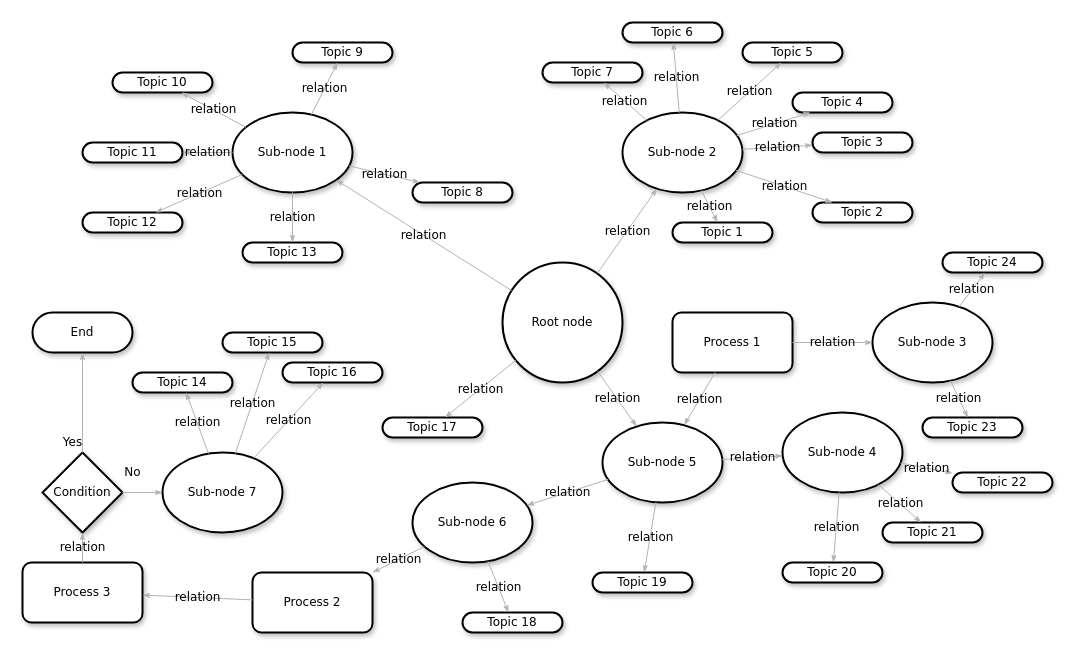
Edward-Bedoya/Equipo-4_GGM_PPI200 keeps this draw.io diagram as frontend/Untitled Diagram.drawio. Above is the earlier version. Source tidied: cells renumbered, new cells numbered last; positions are measured from the earlier drawing's top-left corner, leaving out a move shared by most shapes. Both pictures are drawn from the tidied source at 100%, with x=0, y=0 at pixel (22, 22).
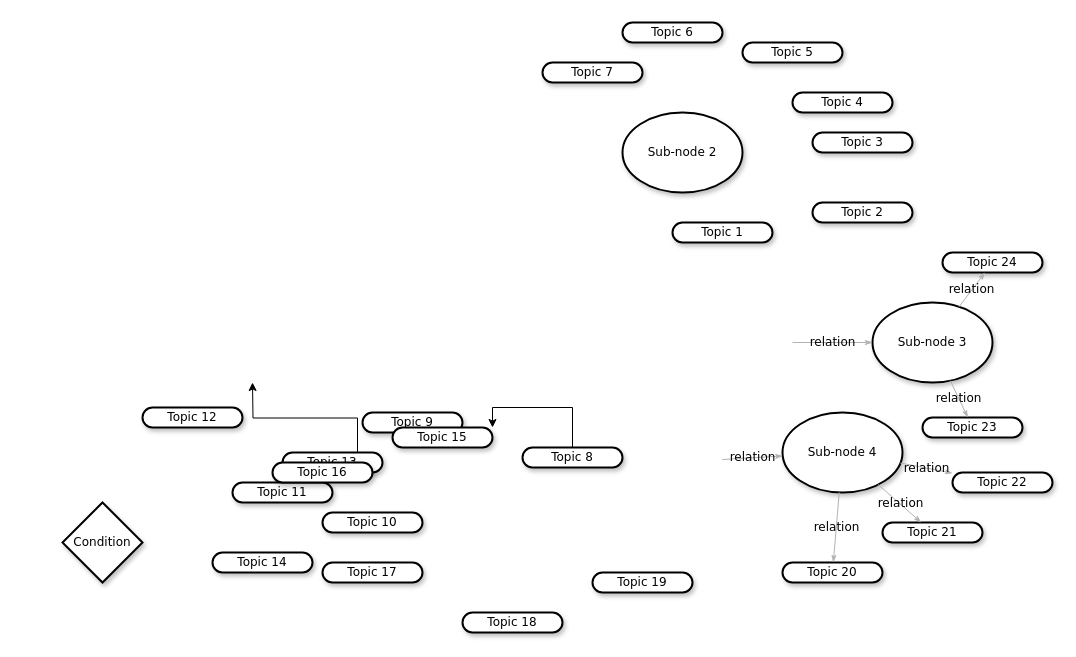
After the change.

The change refers to these unchanged cells:
```xml
<mxCell id="4" value="&lt;span&gt;Sub-node 2&lt;/span&gt;" style="ellipse;whiteSpace=wrap;html=1;rounded=1;shadow=1;comic=0;labelBackgroundColor=none;strokeWidth=2;fontFamily=Verdana;fontSize=12;align=center;" parent="1" vertex="1">
  <mxGeometry x="600" y="90" width="120" height="80" as="geometry" />
</mxCell>
<mxCell id="7" value="&lt;span&gt;Sub-node 4&lt;/span&gt;" style="ellipse;whiteSpace=wrap;html=1;rounded=1;shadow=1;comic=0;labelBackgroundColor=none;strokeWidth=2;fontFamily=Verdana;fontSize=12;align=center;" parent="1" vertex="1">
  <mxGeometry x="760" y="390" width="120" height="80" as="geometry" />
</mxCell>
<mxCell id="12" value="&lt;span&gt;Topic 7&lt;/span&gt;" style="whiteSpace=wrap;html=1;rounded=1;shadow=1;comic=0;labelBackgroundColor=none;strokeWidth=2;fontFamily=Verdana;fontSize=12;align=center;arcSize=50;" parent="1" vertex="1">
  <mxGeometry x="520" y="40" width="100" height="20" as="geometry" />
</mxCell>
<mxCell id="15" value="&lt;span&gt;Topic 6&lt;/span&gt;" style="whiteSpace=wrap;html=1;rounded=1;shadow=1;comic=0;labelBackgroundColor=none;strokeWidth=2;fontFamily=Verdana;fontSize=12;align=center;arcSize=50;" parent="1" vertex="1">
  <mxGeometry x="600" width="100" height="20" as="geometry" />
</mxCell>
<mxCell id="16" value="&lt;span&gt;Topic 5&lt;/span&gt;" style="whiteSpace=wrap;html=1;rounded=1;shadow=1;comic=0;labelBackgroundColor=none;strokeWidth=2;fontFamily=Verdana;fontSize=12;align=center;arcSize=50;" parent="1" vertex="1">
  <mxGeometry x="720" y="20" width="100" height="20" as="geometry" />
</mxCell>
<mxCell id="17" value="&lt;span&gt;Topic 4&lt;/span&gt;" style="whiteSpace=wrap;html=1;rounded=1;shadow=1;comic=0;labelBackgroundColor=none;strokeWidth=2;fontFamily=Verdana;fontSize=12;align=center;arcSize=50;" parent="1" vertex="1">
  <mxGeometry x="770" y="70" width="100" height="20" as="geometry" />
</mxCell>
<mxCell id="18" value="&lt;span&gt;Topic 3&lt;/span&gt;" style="whiteSpace=wrap;html=1;rounded=1;shadow=1;comic=0;labelBackgroundColor=none;strokeWidth=2;fontFamily=Verdana;fontSize=12;align=center;arcSize=50;" parent="1" vertex="1">
  <mxGeometry x="790" y="110" width="100" height="20" as="geometry" />
</mxCell>
<mxCell id="19" value="&lt;span&gt;Topic 2&lt;/span&gt;" style="whiteSpace=wrap;html=1;rounded=1;shadow=1;comic=0;labelBackgroundColor=none;strokeWidth=2;fontFamily=Verdana;fontSize=12;align=center;arcSize=50;" parent="1" vertex="1">
  <mxGeometry x="790" y="180" width="100" height="20" as="geometry" />
</mxCell>
<mxCell id="20" value="Topic 1" style="whiteSpace=wrap;html=1;rounded=1;shadow=1;comic=0;labelBackgroundColor=none;strokeWidth=2;fontFamily=Verdana;fontSize=12;align=center;arcSize=50;" parent="1" vertex="1">
  <mxGeometry x="650" y="200" width="100" height="20" as="geometry" />
</mxCell>
<mxCell id="50" value="&lt;span&gt;Sub-node 3&lt;/span&gt;" style="ellipse;whiteSpace=wrap;html=1;rounded=1;shadow=1;comic=0;labelBackgroundColor=none;strokeWidth=2;fontFamily=Verdana;fontSize=12;align=center;" parent="1" vertex="1">
  <mxGeometry x="850" y="280" width="120" height="80" as="geometry" />
</mxCell>
<mxCell id="55" value="&lt;span&gt;Topic 19&lt;/span&gt;" style="whiteSpace=wrap;html=1;rounded=1;shadow=1;comic=0;labelBackgroundColor=none;strokeWidth=2;fontFamily=Verdana;fontSize=12;align=center;arcSize=50;" parent="1" vertex="1">
  <mxGeometry x="570" y="550" width="100" height="20" as="geometry" />
</mxCell>
<mxCell id="56" value="&lt;span&gt;Topic 18&lt;/span&gt;" style="whiteSpace=wrap;html=1;rounded=1;shadow=1;comic=0;labelBackgroundColor=none;strokeWidth=2;fontFamily=Verdana;fontSize=12;align=center;arcSize=50;" parent="1" vertex="1">
  <mxGeometry x="440" y="590" width="100" height="20" as="geometry" />
</mxCell>
```

Change to the diagram source:
```diff
@@
     <mxCell id="2" value="&lt;span&gt;Topic 10&lt;/span&gt;" style="whiteSpace=wrap;html=1;rounded=1;shadow=1;comic=0;labelBackgroundColor=none;strokeWidth=2;fontFamily=Verdana;fontSize=12;align=center;arcSize=50;" parent="1" vertex="1">
-      <mxGeometry x="90" y="50" width="100" height="20" as="geometry" />
+      <mxGeometry x="300" y="490" width="100" height="20" as="geometry" />
     </mxCell>
-    <mxCell id="3" value="Sub-node 1" style="ellipse;whiteSpace=wrap;html=1;rounded=1;shadow=1;comic=0;labelBackgroundColor=none;strokeWidth=2;fontFamily=Verdana;fontSize=12;align=center;" parent="1" vertex="1">
-      <mxGeometry x="210" y="90" width="120" height="80" as="geometry" />
-    </mxCell>
@@
-    <mxCell id="5" value="Root node" style="ellipse;whiteSpace=wrap;html=1;rounded=1;shadow=1;comic=0;labelBackgroundColor=none;strokeWidth=2;fontFamily=Verdana;fontSize=12;align=center;" parent="1" vertex="1">
-      <mxGeometry x="480" y="240" width="120" height="120" as="geometry" />
-    </mxCell>
-    <mxCell id="6" value="&lt;span&gt;Sub-node 5&lt;/span&gt;" style="ellipse;whiteSpace=wrap;html=1;rounded=1;shadow=1;comic=0;labelBackgroundColor=none;strokeWidth=2;fontFamily=Verdana;fontSize=12;align=center;" parent="1" vertex="1">
-      <mxGeometry x="580" y="400" width="120" height="80" as="geometry" />
-    </mxCell>
@@
-    <mxCell id="8" value="&lt;span&gt;Sub-node 6&lt;/span&gt;" style="ellipse;whiteSpace=wrap;html=1;rounded=1;shadow=1;comic=0;labelBackgroundColor=none;strokeWidth=2;fontFamily=Verdana;fontSize=12;align=center;" parent="1" vertex="1">
-      <mxGeometry x="390" y="460" width="120" height="80" as="geometry" />
-    </mxCell>
     <mxCell id="9" value="&lt;span&gt;Topic 11&lt;/span&gt;" style="whiteSpace=wrap;html=1;rounded=1;shadow=1;comic=0;labelBackgroundColor=none;strokeWidth=2;fontFamily=Verdana;fontSize=12;align=center;arcSize=50;" parent="1" vertex="1">
-      <mxGeometry x="60" y="120" width="100" height="20" as="geometry" />
+      <mxGeometry x="210" y="460" width="100" height="20" as="geometry" />
     </mxCell>
     <mxCell id="10" value="&lt;span&gt;Topic 12&lt;/span&gt;" style="whiteSpace=wrap;html=1;rounded=1;shadow=1;comic=0;labelBackgroundColor=none;strokeWidth=2;fontFamily=Verdana;fontSize=12;align=center;arcSize=50;" parent="1" vertex="1">
-      <mxGeometry x="60" y="190" width="100" height="20" as="geometry" />
+      <mxGeometry x="120" y="385" width="100" height="20" as="geometry" />
     </mxCell>
     <mxCell id="11" value="&lt;span&gt;Topic 9&lt;/span&gt;" style="whiteSpace=wrap;html=1;rounded=1;shadow=1;comic=0;labelBackgroundColor=none;strokeWidth=2;fontFamily=Verdana;fontSize=12;align=center;arcSize=50;" parent="1" vertex="1">
-      <mxGeometry x="270" y="20" width="100" height="20" as="geometry" />
+      <mxGeometry x="340" y="390" width="100" height="20" as="geometry" />
     </mxCell>
@@
-    <mxCell id="22" value="End" style="whiteSpace=wrap;html=1;rounded=1;shadow=1;comic=0;labelBackgroundColor=none;strokeWidth=2;fontFamily=Verdana;fontSize=12;align=center;arcSize=50;" parent="1" vertex="1">
-      <mxGeometry x="10" y="290" width="100" height="40" as="geometry" />
-    </mxCell>
     <mxCell id="23" value="Condition" style="rhombus;whiteSpace=wrap;html=1;rounded=0;shadow=1;comic=0;labelBackgroundColor=none;strokeWidth=2;fontFamily=Verdana;fontSize=12;align=center;" parent="1" vertex="1">
-      <mxGeometry x="20" y="430" width="80" height="80" as="geometry" />
+      <mxGeometry x="40" y="480" width="80" height="80" as="geometry" />
     </mxCell>
-    <mxCell id="24" value="&lt;span&gt;Process 3&lt;/span&gt;" style="rounded=1;whiteSpace=wrap;html=1;shadow=1;comic=0;labelBackgroundColor=none;strokeWidth=2;fontFamily=Verdana;fontSize=12;align=center;" parent="1" vertex="1">
-      <mxGeometry y="540" width="120" height="60" as="geometry" />
-    </mxCell>
-    <mxCell id="25" value="Process 2" style="rounded=1;whiteSpace=wrap;html=1;shadow=1;comic=0;labelBackgroundColor=none;strokeWidth=2;fontFamily=Verdana;fontSize=12;align=center;" parent="1" vertex="1">
-      <mxGeometry x="230" y="550" width="120" height="60" as="geometry" />
-    </mxCell>
-    <mxCell id="26" value="relation" style="edgeStyle=none;rounded=1;html=1;labelBackgroundColor=none;startArrow=none;startFill=0;startSize=5;endArrow=classicThin;endFill=1;endSize=5;jettySize=auto;strokeColor=#B3B3B3;strokeWidth=1;fontFamily=Verdana;fontSize=12;" parent="1" edge="1" source="3" target="11">
-      <mxGeometry relative="1" as="geometry" />
-    </mxCell>
-    <mxCell id="27" value="relation" style="edgeStyle=none;rounded=1;html=1;labelBackgroundColor=none;startArrow=none;startFill=0;startSize=5;endArrow=classicThin;endFill=1;endSize=5;jettySize=auto;strokeColor=#B3B3B3;strokeWidth=1;fontFamily=Verdana;fontSize=12;" parent="1" edge="1" source="3" target="2">
-      <mxGeometry relative="1" as="geometry" />
-    </mxCell>
-    <mxCell id="28" value="relation" style="edgeStyle=none;rounded=1;html=1;labelBackgroundColor=none;startArrow=none;startFill=0;startSize=5;endArrow=classicThin;endFill=1;endSize=5;jettySize=auto;strokeColor=#B3B3B3;strokeWidth=1;fontFamily=Verdana;fontSize=12;" parent="1" edge="1" source="3" target="9">
-      <mxGeometry relative="1" as="geometry" />
-    </mxCell>
-    <mxCell id="29" value="relation" style="edgeStyle=none;rounded=1;html=1;labelBackgroundColor=none;startArrow=none;startFill=0;startSize=5;endArrow=classicThin;endFill=1;endSize=5;jettySize=auto;strokeColor=#B3B3B3;strokeWidth=1;fontFamily=Verdana;fontSize=12;" parent="1" edge="1" source="3" target="10">
-      <mxGeometry relative="1" as="geometry" />
-    </mxCell>
-    <mxCell id="30" value="relation" style="edgeStyle=none;rounded=1;html=1;labelBackgroundColor=none;startArrow=none;startFill=0;startSize=5;endArrow=classicThin;endFill=1;endSize=5;jettySize=auto;strokeColor=#B3B3B3;strokeWidth=1;fontFamily=Verdana;fontSize=12;" parent="1" edge="1" source="5" target="3">
-      <mxGeometry relative="1" as="geometry" />
-    </mxCell>
-    <mxCell id="31" value="relation" style="edgeStyle=none;rounded=1;html=1;labelBackgroundColor=none;startArrow=none;startFill=0;startSize=5;endArrow=classicThin;endFill=1;endSize=5;jettySize=auto;strokeColor=#B3B3B3;strokeWidth=1;fontFamily=Verdana;fontSize=12;" parent="1" edge="1" source="5" target="4">
-      <mxGeometry relative="1" as="geometry" />
-    </mxCell>
-    <mxCell id="32" value="relation" style="edgeStyle=none;rounded=1;html=1;labelBackgroundColor=none;startArrow=none;startFill=0;startSize=5;endArrow=classicThin;endFill=1;endSize=5;jettySize=auto;strokeColor=#B3B3B3;strokeWidth=1;fontFamily=Verdana;fontSize=12;" parent="1" edge="1" source="5" target="6">
-      <mxGeometry relative="1" as="geometry" />
-    </mxCell>
-    <mxCell id="33" value="relation" style="edgeStyle=none;rounded=1;html=1;labelBackgroundColor=none;startArrow=none;startFill=0;startSize=5;endArrow=classicThin;endFill=1;endSize=5;jettySize=auto;strokeColor=#B3B3B3;strokeWidth=1;fontFamily=Verdana;fontSize=12;" parent="1" edge="1" source="6" target="8">
-      <mxGeometry relative="1" as="geometry" />
-    </mxCell>
-    <mxCell id="34" value="relation" style="edgeStyle=none;rounded=1;html=1;labelBackgroundColor=none;startArrow=none;startFill=0;startSize=5;endArrow=classicThin;endFill=1;endSize=5;jettySize=auto;strokeColor=#B3B3B3;strokeWidth=1;fontFamily=Verdana;fontSize=12;" parent="1" edge="1" source="6" target="7">
-      <mxGeometry relative="1" as="geometry" />
+    <mxCell id="34" value="relation" style="edgeStyle=none;rounded=1;html=1;labelBackgroundColor=none;startArrow=none;startFill=0;startSize=5;endArrow=classicThin;endFill=1;endSize=5;jettySize=auto;strokeColor=#B3B3B3;strokeWidth=1;fontFamily=Verdana;fontSize=12;" parent="1" edge="1" target="7">
+      <mxGeometry relative="1" as="geometry">
+        <mxPoint x="699.8" y="437" as="sourcePoint" />
+      </mxGeometry>
     </mxCell>
@@
-    <mxCell id="38" value="relation" style="edgeStyle=none;rounded=1;html=1;labelBackgroundColor=none;startArrow=none;startFill=0;startSize=5;endArrow=classicThin;endFill=1;endSize=5;jettySize=auto;strokeColor=#B3B3B3;strokeWidth=1;fontFamily=Verdana;fontSize=12;" parent="1" edge="1" source="4" target="20">
-      <mxGeometry relative="1" as="geometry" />
-    </mxCell>
-    <mxCell id="39" value="relation" style="edgeStyle=none;rounded=1;html=1;labelBackgroundColor=none;startArrow=none;startFill=0;startSize=5;endArrow=classicThin;endFill=1;endSize=5;jettySize=auto;strokeColor=#B3B3B3;strokeWidth=1;fontFamily=Verdana;fontSize=12;" parent="1" edge="1" source="4" target="19">
-      <mxGeometry relative="1" as="geometry" />
-    </mxCell>
-    <mxCell id="40" value="relation" style="edgeStyle=none;rounded=1;html=1;labelBackgroundColor=none;startArrow=none;startFill=0;startSize=5;endArrow=classicThin;endFill=1;endSize=5;jettySize=auto;strokeColor=#B3B3B3;strokeWidth=1;fontFamily=Verdana;fontSize=12;" parent="1" edge="1" source="4" target="18">
-      <mxGeometry relative="1" as="geometry" />
-    </mxCell>
-    <mxCell id="41" value="relation" style="edgeStyle=none;rounded=1;html=1;labelBackgroundColor=none;startArrow=none;startFill=0;startSize=5;endArrow=classicThin;endFill=1;endSize=5;jettySize=auto;strokeColor=#B3B3B3;strokeWidth=1;fontFamily=Verdana;fontSize=12;" parent="1" edge="1" source="4" target="17">
-      <mxGeometry relative="1" as="geometry" />
-    </mxCell>
-    <mxCell id="42" value="relation" style="edgeStyle=none;rounded=1;html=1;labelBackgroundColor=none;startArrow=none;startFill=0;startSize=5;endArrow=classicThin;endFill=1;endSize=5;jettySize=auto;strokeColor=#B3B3B3;strokeWidth=1;fontFamily=Verdana;fontSize=12;" parent="1" edge="1" source="4" target="16">
-      <mxGeometry relative="1" as="geometry" />
-    </mxCell>
-    <mxCell id="43" value="relation" style="edgeStyle=none;rounded=1;html=1;labelBackgroundColor=none;startArrow=none;startFill=0;startSize=5;endArrow=classicThin;endFill=1;endSize=5;jettySize=auto;strokeColor=#B3B3B3;strokeWidth=1;fontFamily=Verdana;fontSize=12;" parent="1" edge="1" source="4" target="15">
-      <mxGeometry relative="1" as="geometry" />
-    </mxCell>
-    <mxCell id="44" value="relation" style="edgeStyle=none;rounded=1;html=1;labelBackgroundColor=none;startArrow=none;startFill=0;startSize=5;endArrow=classicThin;endFill=1;endSize=5;jettySize=auto;strokeColor=#B3B3B3;strokeWidth=1;fontFamily=Verdana;fontSize=12;" parent="1" edge="1" source="4" target="12">
-      <mxGeometry relative="1" as="geometry" />
-    </mxCell>
-    <mxCell id="45" value="relation" style="edgeStyle=none;rounded=1;html=1;labelBackgroundColor=none;startArrow=none;startFill=0;startSize=5;endArrow=classicThin;endFill=1;endSize=5;jettySize=auto;strokeColor=#B3B3B3;strokeWidth=1;fontFamily=Verdana;fontSize=12;" parent="1" edge="1" source="8" target="25">
-      <mxGeometry relative="1" as="geometry" />
-    </mxCell>
-    <mxCell id="46" value="relation" style="edgeStyle=none;rounded=1;html=1;labelBackgroundColor=none;startArrow=none;startFill=0;startSize=5;endArrow=classicThin;endFill=1;endSize=5;jettySize=auto;strokeColor=#B3B3B3;strokeWidth=1;fontFamily=Verdana;fontSize=12;" parent="1" edge="1" source="25" target="24">
-      <mxGeometry relative="1" as="geometry" />
-    </mxCell>
-    <mxCell id="47" value="relation" style="edgeStyle=none;rounded=1;html=1;labelBackgroundColor=none;startArrow=none;startFill=0;startSize=5;endArrow=classicThin;endFill=1;endSize=5;jettySize=auto;strokeColor=#B3B3B3;strokeWidth=1;fontFamily=Verdana;fontSize=12;" parent="1" edge="1" source="24" target="23">
-      <mxGeometry relative="1" as="geometry" />
-    </mxCell>
-    <mxCell id="48" value="Yes" style="edgeStyle=none;rounded=1;html=1;labelBackgroundColor=none;startArrow=none;startFill=0;startSize=5;endArrow=classicThin;endFill=1;endSize=5;jettySize=auto;strokeColor=#B3B3B3;strokeWidth=1;fontFamily=Verdana;fontSize=12;" parent="1" edge="1" source="23" target="22">
-      <mxGeometry x="-0.79" y="10" relative="1" as="geometry" />
-    </mxCell>
-    <mxCell id="49" value="Process 1" style="rounded=1;whiteSpace=wrap;html=1;shadow=1;comic=0;labelBackgroundColor=none;strokeWidth=2;fontFamily=Verdana;fontSize=12;align=center;" parent="1" vertex="1">
-      <mxGeometry x="650" y="290" width="120" height="60" as="geometry" />
-    </mxCell>
@@
+    <mxCell id="75" style="edgeStyle=orthogonalEdgeStyle;rounded=0;jettySize=auto;html=1;exitX=0.5;exitY=0;exitDx=0;exitDy=0;entryX=1;entryY=0;entryDx=0;entryDy=0;" parent="1" edge="1" source="53" target="66">
+      <mxGeometry relative="1" as="geometry" />
+    </mxCell>
     <mxCell id="53" value="&lt;span&gt;Topic 8&lt;/span&gt;" style="whiteSpace=wrap;html=1;rounded=1;shadow=1;comic=0;labelBackgroundColor=none;strokeWidth=2;fontFamily=Verdana;fontSize=12;align=center;arcSize=50;" parent="1" vertex="1">
-      <mxGeometry x="390" y="160" width="100" height="20" as="geometry" />
+      <mxGeometry x="500" y="425" width="100" height="20" as="geometry" />
     </mxCell>
+    <mxCell id="76" style="edgeStyle=orthogonalEdgeStyle;rounded=0;jettySize=auto;html=1;exitX=0.75;exitY=0;exitDx=0;exitDy=0;" parent="1" edge="1" source="54">
+      <mxGeometry relative="1" as="geometry">
+        <mxPoint x="230" y="360" as="targetPoint" />
+      </mxGeometry>
+    </mxCell>
     <mxCell id="54" value="&lt;span&gt;Topic 13&lt;/span&gt;" style="whiteSpace=wrap;html=1;rounded=1;shadow=1;comic=0;labelBackgroundColor=none;strokeWidth=2;fontFamily=Verdana;fontSize=12;align=center;arcSize=50;" parent="1" vertex="1">
-      <mxGeometry x="220" y="220" width="100" height="20" as="geometry" />
+      <mxGeometry x="260" y="430" width="100" height="20" as="geometry" />
     </mxCell>
@@
     <mxCell id="57" value="&lt;span&gt;Topic 17&lt;/span&gt;" style="whiteSpace=wrap;html=1;rounded=1;shadow=1;comic=0;labelBackgroundColor=none;strokeWidth=2;fontFamily=Verdana;fontSize=12;align=center;arcSize=50;" parent="1" vertex="1">
-      <mxGeometry x="360" y="395" width="100" height="20" as="geometry" />
+      <mxGeometry x="300" y="540" width="100" height="20" as="geometry" />
     </mxCell>
-    <mxCell id="58" value="relation" style="edgeStyle=none;rounded=1;html=1;labelBackgroundColor=none;startArrow=none;startFill=0;startSize=5;endArrow=classicThin;endFill=1;endSize=5;jettySize=auto;strokeColor=#B3B3B3;strokeWidth=1;fontFamily=Verdana;fontSize=12;" parent="1" edge="1" source="3" target="53">
-      <mxGeometry relative="1" as="geometry" />
-    </mxCell>
-    <mxCell id="59" value="relation" style="edgeStyle=none;rounded=1;html=1;labelBackgroundColor=none;startArrow=none;startFill=0;startSize=5;endArrow=classicThin;endFill=1;endSize=5;jettySize=auto;strokeColor=#B3B3B3;strokeWidth=1;fontFamily=Verdana;fontSize=12;" parent="1" edge="1" source="3" target="54">
-      <mxGeometry relative="1" as="geometry" />
-    </mxCell>
@@
-    <mxCell id="62" value="relation" style="edgeStyle=none;rounded=1;html=1;labelBackgroundColor=none;startArrow=none;startFill=0;startSize=5;endArrow=classicThin;endFill=1;endSize=5;jettySize=auto;strokeColor=#B3B3B3;strokeWidth=1;fontFamily=Verdana;fontSize=12;" parent="1" edge="1" source="49" target="50">
-      <mxGeometry relative="1" as="geometry" />
+    <mxCell id="62" value="relation" style="edgeStyle=none;rounded=1;html=1;labelBackgroundColor=none;startArrow=none;startFill=0;startSize=5;endArrow=classicThin;endFill=1;endSize=5;jettySize=auto;strokeColor=#B3B3B3;strokeWidth=1;fontFamily=Verdana;fontSize=12;" parent="1" edge="1" target="50">
+      <mxGeometry relative="1" as="geometry">
+        <mxPoint x="770" y="320" as="sourcePoint" />
+      </mxGeometry>
     </mxCell>
-    <mxCell id="63" value="relation" style="edgeStyle=none;rounded=1;html=1;labelBackgroundColor=none;startArrow=none;startFill=0;startSize=5;endArrow=classicThin;endFill=1;endSize=5;jettySize=auto;strokeColor=#B3B3B3;strokeWidth=1;fontFamily=Verdana;fontSize=12;" parent="1" edge="1" source="49" target="6">
-      <mxGeometry relative="1" as="geometry" />
-    </mxCell>
-    <mxCell id="64" value="&lt;span&gt;Sub-node 7&lt;/span&gt;" style="ellipse;whiteSpace=wrap;html=1;rounded=1;shadow=1;comic=0;labelBackgroundColor=none;strokeWidth=2;fontFamily=Verdana;fontSize=12;align=center;" parent="1" vertex="1">
-      <mxGeometry x="140" y="430" width="120" height="80" as="geometry" />
-    </mxCell>
     <mxCell id="65" value="&lt;span&gt;Topic 16&lt;/span&gt;" style="whiteSpace=wrap;html=1;rounded=1;shadow=1;comic=0;labelBackgroundColor=none;strokeWidth=2;fontFamily=Verdana;fontSize=12;align=center;arcSize=50;" parent="1" vertex="1">
-      <mxGeometry x="260" y="340" width="100" height="20" as="geometry" />
+      <mxGeometry x="250" y="440" width="100" height="20" as="geometry" />
     </mxCell>
     <mxCell id="66" value="&lt;span&gt;Topic 15&lt;/span&gt;" style="whiteSpace=wrap;html=1;rounded=1;shadow=1;comic=0;labelBackgroundColor=none;strokeWidth=2;fontFamily=Verdana;fontSize=12;align=center;arcSize=50;" parent="1" vertex="1">
-      <mxGeometry x="200" y="310" width="100" height="20" as="geometry" />
+      <mxGeometry x="370" y="405" width="100" height="20" as="geometry" />
     </mxCell>
     <mxCell id="67" value="&lt;span&gt;Topic 14&lt;/span&gt;" style="whiteSpace=wrap;html=1;rounded=1;shadow=1;comic=0;labelBackgroundColor=none;strokeWidth=2;fontFamily=Verdana;fontSize=12;align=center;arcSize=50;" parent="1" vertex="1">
-      <mxGeometry x="110" y="350" width="100" height="20" as="geometry" />
+      <mxGeometry x="190" y="530" width="100" height="20" as="geometry" />
     </mxCell>
-    <mxCell id="68" value="relation" style="edgeStyle=none;rounded=1;html=1;labelBackgroundColor=none;startArrow=none;startFill=0;startSize=5;endArrow=classicThin;endFill=1;endSize=5;jettySize=auto;strokeColor=#B3B3B3;strokeWidth=1;fontFamily=Verdana;fontSize=12;" parent="1" edge="1" source="64" target="67">
-      <mxGeometry relative="1" as="geometry" />
-    </mxCell>
-    <mxCell id="69" value="relation" style="edgeStyle=none;rounded=1;html=1;labelBackgroundColor=none;startArrow=none;startFill=0;startSize=5;endArrow=classicThin;endFill=1;endSize=5;jettySize=auto;strokeColor=#B3B3B3;strokeWidth=1;fontFamily=Verdana;fontSize=12;" parent="1" edge="1" source="64" target="66">
-      <mxGeometry relative="1" as="geometry" />
-    </mxCell>
-    <mxCell id="70" value="relation" style="edgeStyle=none;rounded=1;html=1;labelBackgroundColor=none;startArrow=none;startFill=0;startSize=5;endArrow=classicThin;endFill=1;endSize=5;jettySize=auto;strokeColor=#B3B3B3;strokeWidth=1;fontFamily=Verdana;fontSize=12;" parent="1" edge="1" source="64" target="65">
-      <mxGeometry relative="1" as="geometry" />
-    </mxCell>
-    <mxCell id="71" value="No" style="edgeStyle=none;rounded=1;html=1;labelBackgroundColor=none;startArrow=none;startFill=0;startSize=5;endArrow=classicThin;endFill=1;endSize=5;jettySize=auto;strokeColor=#B3B3B3;strokeWidth=1;fontFamily=Verdana;fontSize=12;" parent="1" edge="1" source="23" target="64">
-      <mxGeometry x="-0.5" y="20" relative="1" as="geometry" />
-    </mxCell>
-    <mxCell id="72" value="relation" style="edgeStyle=none;rounded=1;html=1;labelBackgroundColor=none;startArrow=none;startFill=0;startSize=5;endArrow=classicThin;endFill=1;endSize=5;jettySize=auto;strokeColor=#B3B3B3;strokeWidth=1;fontFamily=Verdana;fontSize=12;" parent="1" edge="1" source="5" target="57">
-      <mxGeometry relative="1" as="geometry" />
-    </mxCell>
-    <mxCell id="73" value="relation" style="edgeStyle=none;rounded=1;html=1;labelBackgroundColor=none;startArrow=none;startFill=0;startSize=5;endArrow=classicThin;endFill=1;endSize=5;jettySize=auto;strokeColor=#B3B3B3;strokeWidth=1;fontFamily=Verdana;fontSize=12;" parent="1" edge="1" source="6" target="55">
-      <mxGeometry relative="1" as="geometry" />
-    </mxCell>
-    <mxCell id="74" value="relation" style="edgeStyle=none;rounded=1;html=1;labelBackgroundColor=none;startArrow=none;startFill=0;startSize=5;endArrow=classicThin;endFill=1;endSize=5;jettySize=auto;strokeColor=#B3B3B3;strokeWidth=1;fontFamily=Verdana;fontSize=12;" parent="1" edge="1" source="8" target="56">
-      <mxGeometry relative="1" as="geometry" />
-    </mxCell>
```
